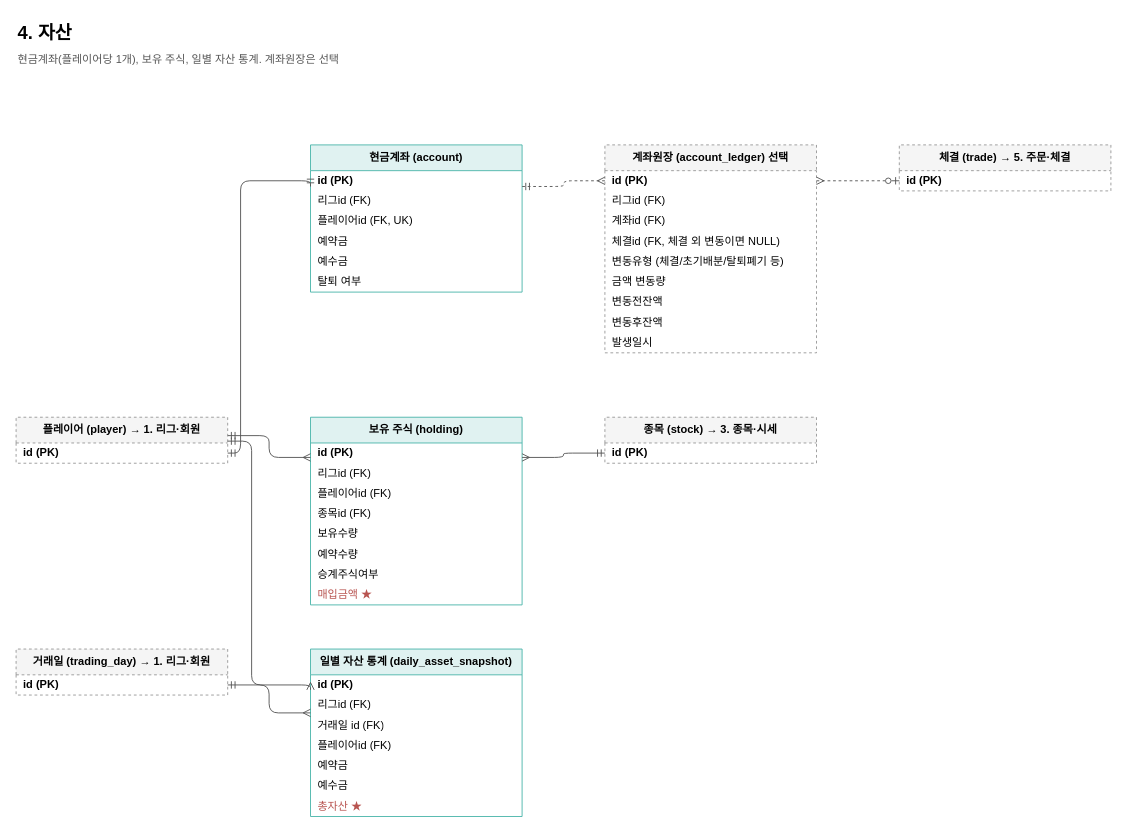
Before: page "4. 자산" (5 of 9) of docs/erd/naspi.drawio in JECT-Study/naspi-5th-Server, a draw.io diagram. Source tidied: cells renumbered, new cells numbered last; positions are measured from the earlier drawing's top-left corner, leaving out a move shared by most shapes. Both pictures are drawn from the tidied source at 92%, with x=0, y=0 at pixel (16, 16).
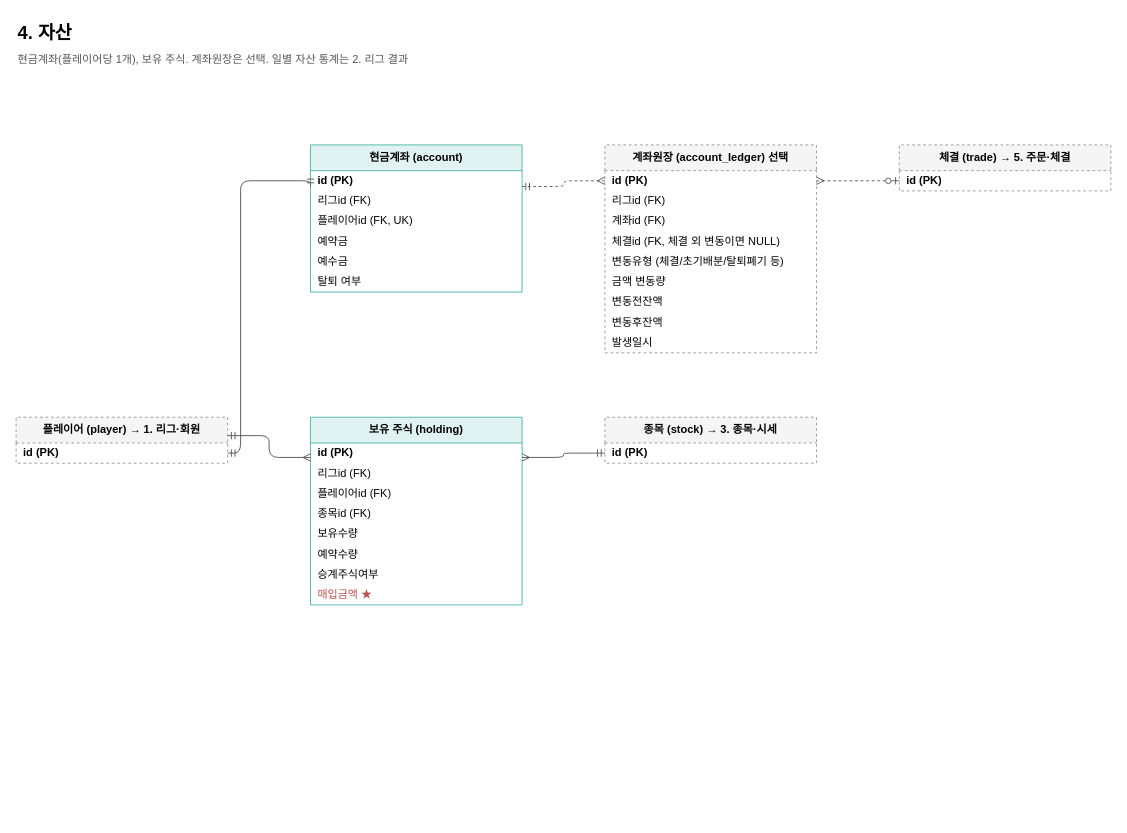
The same diagram, later.

Unchanged cells that the change refers to:
```xml
<mxCell id="36" value="플레이어 (player) → 1. 리그·회원" style="swimlane;fontStyle=1;horizontal=1;startSize=28;html=1;whiteSpace=wrap;fillColor=#f5f5f5;strokeColor=#999999;dashed=1;" parent="1" vertex="1">
  <mxGeometry y="436" width="230" height="50" as="geometry" />
</mxCell>
```

The edit, as a diff of the source:
```diff
@@
-    <mxCell id="28" value="일별 자산 통계 (daily_asset_snapshot)" style="swimlane;fontStyle=1;horizontal=1;startSize=28;html=1;whiteSpace=wrap;fillColor=#e0f2f1;strokeColor=#4db6ac;" parent="1" vertex="1">
-      <mxGeometry x="320" y="688" width="230" height="182" as="geometry" />
-    </mxCell>
-    <mxCell id="29" value="id (PK)" style="text;strokeColor=none;fillColor=none;align=left;verticalAlign=middle;spacingLeft=6;overflow=hidden;html=1;fontStyle=1;" parent="28" vertex="1">
-      <mxGeometry y="28" width="230" height="22" as="geometry" />
-    </mxCell>
-    <mxCell id="30" value="리그id (FK)" style="text;strokeColor=none;fillColor=none;align=left;verticalAlign=middle;spacingLeft=6;overflow=hidden;html=1;" parent="28" vertex="1">
-      <mxGeometry y="50" width="230" height="22" as="geometry" />
-    </mxCell>
-    <mxCell id="31" value="거래일 id (FK)" style="text;strokeColor=none;fillColor=none;align=left;verticalAlign=middle;spacingLeft=6;overflow=hidden;html=1;" parent="28" vertex="1">
-      <mxGeometry y="72" width="230" height="22" as="geometry" />
-    </mxCell>
-    <mxCell id="32" value="플레이어id (FK)" style="text;strokeColor=none;fillColor=none;align=left;verticalAlign=middle;spacingLeft=6;overflow=hidden;html=1;" parent="28" vertex="1">
-      <mxGeometry y="94" width="230" height="22" as="geometry" />
-    </mxCell>
-    <mxCell id="33" value="예약금" style="text;strokeColor=none;fillColor=none;align=left;verticalAlign=middle;spacingLeft=6;overflow=hidden;html=1;" parent="28" vertex="1">
-      <mxGeometry y="116" width="230" height="22" as="geometry" />
-    </mxCell>
-    <mxCell id="34" value="예수금" style="text;strokeColor=none;fillColor=none;align=left;verticalAlign=middle;spacingLeft=6;overflow=hidden;html=1;" parent="28" vertex="1">
-      <mxGeometry y="138" width="230" height="22" as="geometry" />
-    </mxCell>
-    <mxCell id="35" value="총자산 ★" style="text;strokeColor=none;fillColor=none;align=left;verticalAlign=middle;spacingLeft=6;overflow=hidden;html=1;fontColor=#B85450;" parent="28" vertex="1">
-      <mxGeometry y="160" width="230" height="22" as="geometry" />
-    </mxCell>
@@
-    <mxCell id="40" value="거래일 (trading_day) → 1. 리그·회원" style="swimlane;fontStyle=1;horizontal=1;startSize=28;html=1;whiteSpace=wrap;fillColor=#f5f5f5;strokeColor=#999999;dashed=1;" parent="1" vertex="1">
-      <mxGeometry y="688" width="230" height="50" as="geometry" />
-    </mxCell>
-    <mxCell id="41" value="id (PK)" style="text;strokeColor=none;fillColor=none;align=left;verticalAlign=middle;spacingLeft=6;overflow=hidden;html=1;fontStyle=1;" parent="40" vertex="1">
-      <mxGeometry y="28" width="230" height="22" as="geometry" />
-    </mxCell>
@@
-    <mxCell id="45" value="현금계좌(플레이어당 1개), 보유 주식, 일별 자산 통계. 계좌원장은 선택" style="text;html=1;fontSize=12;align=left;verticalAlign=top;whiteSpace=wrap;fontColor=#555555;" parent="1" vertex="1">
+    <mxCell id="45" value="현금계좌(플레이어당 1개), 보유 주식. 계좌원장은 선택. 일별 자산 통계는 2. 리그 결과" style="text;html=1;fontSize=12;align=left;verticalAlign=top;whiteSpace=wrap;fontColor=#555555;" parent="1" vertex="1">
       <mxGeometry y="34" width="1190" height="40" as="geometry" />
     </mxCell>
@@
-    <mxCell id="49" style="edgeStyle=orthogonalEdgeStyle;rounded=1;html=1;startArrow=ERmany;startFill=0;endArrow=ERmandOne;endFill=0;strokeColor=#555555;fontSize=10;labelBackgroundColor=#ffffff;exitX=0;exitY=0.2437;entryX=1;entryY=0.5200;" parent="1" edge="1" source="28" target="36">
-      <mxGeometry relative="1" as="geometry">
-        <Array as="points">
-          <mxPoint x="256" y="727" />
-          <mxPoint x="256" y="462" />
-        </Array>
-      </mxGeometry>
-    </mxCell>
@@
-    <mxCell id="52" style="edgeStyle=orthogonalEdgeStyle;rounded=1;html=1;startArrow=ERmany;startFill=0;endArrow=ERmandOne;endFill=0;strokeColor=#555555;fontSize=10;labelBackgroundColor=#ffffff;exitX=0;exitY=0.3812;entryX=1;entryY=0.7800;" parent="1" edge="1" source="28" target="40">
-      <mxGeometry relative="1" as="geometry" />
-    </mxCell>
```
